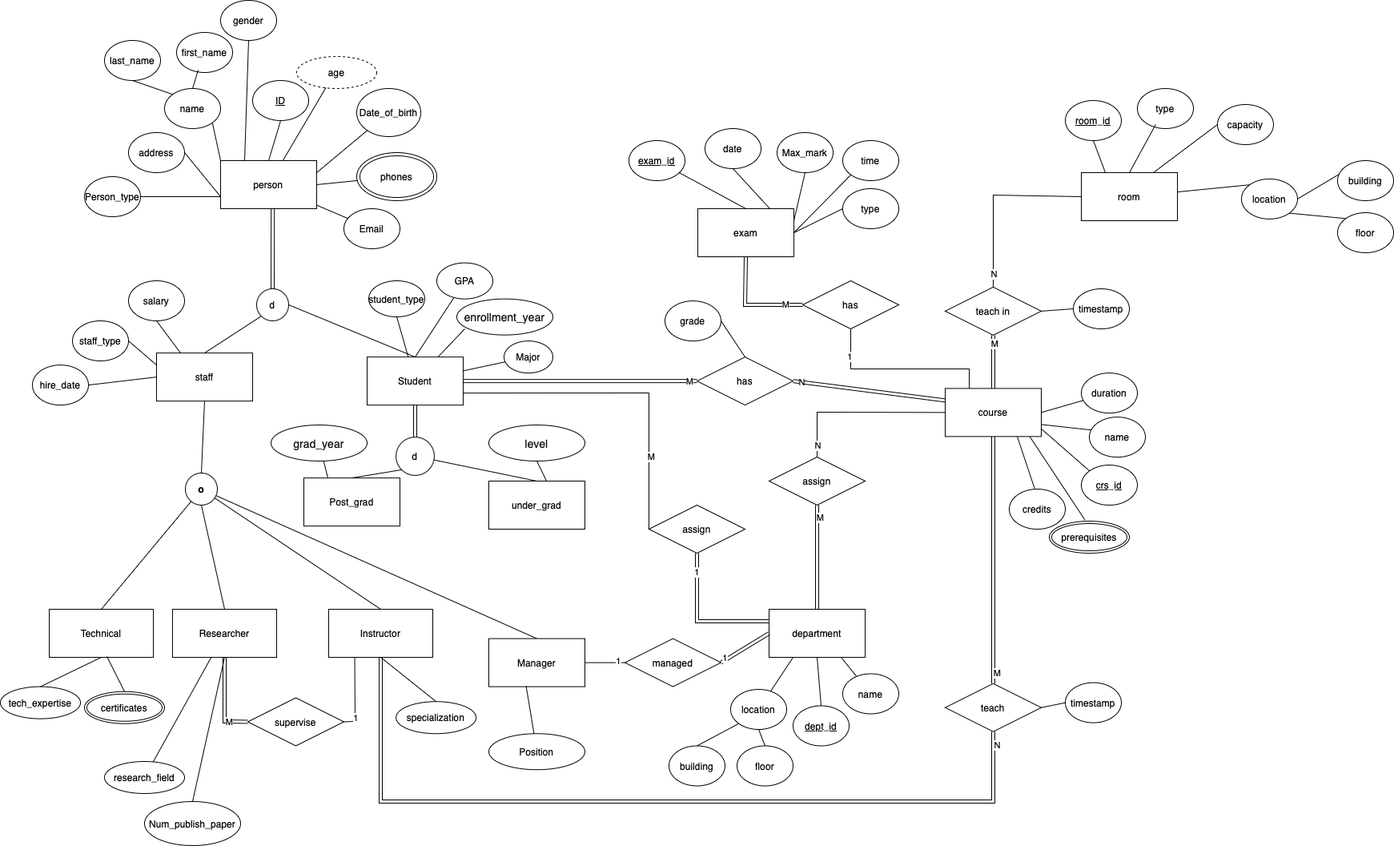
Above: photos/CollageERD.drawio.png in MuhamedHekal/Data-Management-System-for-a-University-Case-Study (draw.io), before the change. Source tidied: cells renumbered, new cells last; positions are measured from the earlier drawing's top-left corner, leaving out a move shared by most shapes.
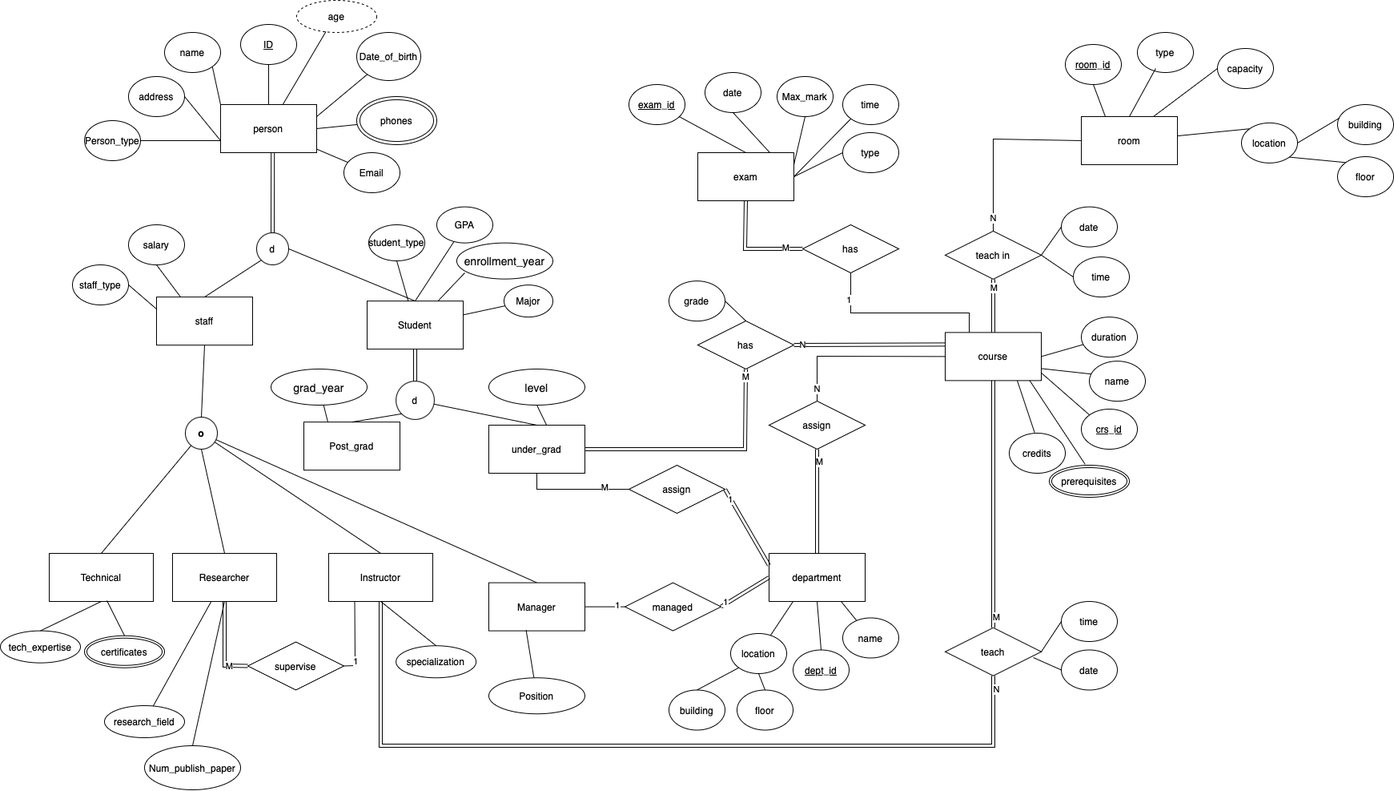
After the commit.

What changed in the source:
```diff
@@ -6,7 +6,7 @@
       <mxGeometry x="275" y="200" width="120" height="60" as="geometry" />
     </mxCell>
     <mxCell id="3" value="&lt;u&gt;ID&lt;/u&gt;" style="ellipse;whiteSpace=wrap;html=1;" parent="1" vertex="1">
-      <mxGeometry x="315" y="100" width="70" height="50" as="geometry" />
+      <mxGeometry x="300" y="100" width="70" height="50" as="geometry" />
     </mxCell>
     <mxCell id="4" style="endArrow=none;html=1;rounded=0;entryX=0.5;entryY=1;entryDx=0;entryDy=0;exitX=0.5;exitY=0;exitDx=0;exitDy=0;" parent="1" edge="1" source="2" target="3">
       <mxGeometry relative="1" as="geometry" />
@@ -315,7 +315,7 @@
       <mxGeometry relative="1" as="geometry" />
     </mxCell>
     <mxCell id="106" value="has" style="shape=rhombus;perimeter=rhombusPerimeter;whiteSpace=wrap;html=1;align=center;" parent="1" vertex="1">
-      <mxGeometry x="870" y="445.1" width="120" height="60" as="geometry" />
+      <mxGeometry x="871" y="470" width="120" height="60" as="geometry" />
     </mxCell>
     <mxCell id="107" value="has" style="shape=rhombus;perimeter=rhombusPerimeter;whiteSpace=wrap;html=1;align=center;" parent="1" vertex="1">
       <mxGeometry x="1002" y="350" width="120" height="60" as="geometry" />
@@ -330,7 +330,7 @@
       <mxGeometry x="1180" y="852.8" width="120" height="60" as="geometry" />
     </mxCell>
     <mxCell id="111" value="assign" style="shape=rhombus;perimeter=rhombusPerimeter;whiteSpace=wrap;html=1;align=center;" parent="1" vertex="1">
-      <mxGeometry x="810" y="630" width="120" height="60" as="geometry" />
+      <mxGeometry x="785" y="650" width="120" height="60" as="geometry" />
     </mxCell>
     <mxCell id="112" value="managed" style="shape=rhombus;perimeter=rhombusPerimeter;whiteSpace=wrap;html=1;align=center;" parent="1" vertex="1">
       <mxGeometry x="780" y="796.6" width="120" height="60" as="geometry" />
@@ -349,20 +349,16 @@
         <mxPoint x="-10" y="4" as="offset" />
       </mxGeometry>
     </mxCell>
-    <mxCell id="117" style="endArrow=none;html=1;rounded=0;exitX=0.5;exitY=1;exitDx=0;exitDy=0;entryX=0;entryY=0.25;entryDx=0;entryDy=0;shape=link;" parent="1" edge="1" source="111" target="64">
-      <mxGeometry relative="1" as="geometry">
-        <Array as="points">
-          <mxPoint x="870" y="775" />
-        </Array>
-      </mxGeometry>
+    <mxCell id="117" style="endArrow=none;html=1;rounded=0;exitX=1;exitY=0.5;exitDx=0;exitDy=0;entryX=0;entryY=0.25;entryDx=0;entryDy=0;shape=link;" parent="1" edge="1" source="111" target="64">
+      <mxGeometry relative="1" as="geometry" />
     </mxCell>
     <mxCell id="118" value="1" style="edgeLabel;html=1;align=center;verticalAlign=middle;" parent="117" vertex="1">
       <mxGeometry x="-0.74" y="-1" relative="1" as="geometry" />
     </mxCell>
-    <mxCell id="119" style="endArrow=none;html=1;rounded=0;entryX=0;entryY=0.5;entryDx=0;entryDy=0;exitX=1;exitY=0.75;exitDx=0;exitDy=0;" parent="1" edge="1" source="46" target="111">
+    <mxCell id="119" style="endArrow=none;html=1;rounded=0;entryX=0;entryY=0.5;entryDx=0;entryDy=0;exitX=0.5;exitY=1;exitDx=0;exitDy=0;" parent="1" edge="1" source="57" target="111">
       <mxGeometry relative="1" as="geometry">
         <Array as="points">
-          <mxPoint x="810" y="490" />
+          <mxPoint x="670" y="680" />
         </Array>
       </mxGeometry>
     </mxCell>
@@ -447,8 +443,12 @@
     <mxCell id="138" value="N" style="edgeLabel;html=1;align=center;verticalAlign=middle;" parent="137" vertex="1">
       <mxGeometry x="-0.89" relative="1" as="geometry" />
     </mxCell>
-    <mxCell id="139" style="endArrow=none;html=1;rounded=0;entryX=0;entryY=0.5;entryDx=0;entryDy=0;exitX=1;exitY=0.5;exitDx=0;exitDy=0;shape=link;" parent="1" edge="1" source="46" target="106">
-      <mxGeometry relative="1" as="geometry" />
+    <mxCell id="139" style="endArrow=none;html=1;rounded=0;entryX=0.5;entryY=1;entryDx=0;entryDy=0;exitX=1;exitY=0.5;exitDx=0;exitDy=0;shape=link;" parent="1" edge="1" source="57" target="106">
+      <mxGeometry relative="1" as="geometry">
+        <Array as="points">
+          <mxPoint x="930" y="630" />
+        </Array>
+      </mxGeometry>
     </mxCell>
     <mxCell id="140" value="M" style="edgeLabel;html=1;align=center;verticalAlign=middle;" parent="139" vertex="1">
       <mxGeometry x="0.93" relative="1" as="geometry" />
@@ -472,7 +472,7 @@
       <mxGeometry relative="1" as="geometry" />
     </mxCell>
     <mxCell id="147" value="grade" style="ellipse;whiteSpace=wrap;html=1;" parent="1" vertex="1">
-      <mxGeometry x="830" y="375.1" width="70" height="50" as="geometry" />
+      <mxGeometry x="835" y="420.1" width="70" height="50" as="geometry" />
     </mxCell>
     <mxCell id="148" style="endArrow=none;html=1;rounded=0;exitX=1;exitY=0.5;exitDx=0;exitDy=0;entryX=0.5;entryY=0;entryDx=0;entryDy=0;" parent="1" edge="1" source="147" target="106">
       <mxGeometry relative="1" as="geometry" />
@@ -512,41 +512,29 @@
     <mxCell id="157" style="endArrow=none;html=1;rounded=0;exitX=0.5;exitY=1;exitDx=0;exitDy=0;entryX=0.5;entryY=0;entryDx=0;entryDy=0;" parent="1" edge="1" source="67" target="155">
       <mxGeometry relative="1" as="geometry" />
     </mxCell>
+    <mxCell id="170" value="date" style="ellipse;whiteSpace=wrap;html=1;" parent="1" vertex="1">
+      <mxGeometry x="1325" y="327.6" width="70" height="50" as="geometry" />
+    </mxCell>
+    <mxCell id="171" style="endArrow=none;html=1;rounded=0;entryX=1;entryY=0.5;entryDx=0;entryDy=0;exitX=0;exitY=0.5;exitDx=0;exitDy=0;" parent="1" edge="1" source="170" target="108">
+      <mxGeometry relative="1" as="geometry" />
+    </mxCell>
+    <mxCell id="172" value="date" style="ellipse;whiteSpace=wrap;html=1;" parent="1" vertex="1">
+      <mxGeometry x="1325" y="880.5" width="70" height="50" as="geometry" />
+    </mxCell>
+    <mxCell id="173" style="endArrow=none;html=1;rounded=0;entryX=0.917;entryY=0.621;entryDx=0;entryDy=0;exitX=0;exitY=0.5;exitDx=0;exitDy=0;entryPerimeter=0;" parent="1" edge="1" source="172" target="110">
+      <mxGeometry relative="1" as="geometry" />
+    </mxCell>
     <mxCell id="158" style="endArrow=none;html=1;rounded=0;entryX=1;entryY=0.5;entryDx=0;entryDy=0;exitX=0;exitY=0.5;exitDx=0;exitDy=0;" parent="1" edge="1" source="159" target="108">
       <mxGeometry relative="1" as="geometry" />
     </mxCell>
-    <mxCell id="159" value="timestamp" style="ellipse;whiteSpace=wrap;html=1;" parent="1" vertex="1">
-      <mxGeometry x="1340" y="360" width="70" height="50" as="geometry" />
+    <mxCell id="159" value="time" style="ellipse;whiteSpace=wrap;html=1;" parent="1" vertex="1">
+      <mxGeometry x="1340" y="390.1" width="70" height="50" as="geometry" />
     </mxCell>
-    <mxCell id="160" value="timestamp" style="ellipse;whiteSpace=wrap;html=1;" parent="1" vertex="1">
-      <mxGeometry x="1330" y="851.6" width="70" height="50" as="geometry" />
+    <mxCell id="160" value="time" style="ellipse;whiteSpace=wrap;html=1;" parent="1" vertex="1">
+      <mxGeometry x="1325" y="820" width="70" height="50" as="geometry" />
     </mxCell>
     <mxCell id="161" style="endArrow=none;html=1;rounded=0;entryX=1;entryY=0.5;entryDx=0;entryDy=0;exitX=0;exitY=0.5;exitDx=0;exitDy=0;" parent="1" edge="1" source="160" target="110">
       <mxGeometry relative="1" as="geometry" />
     </mxCell>
-    <mxCell id="162" value="hire_date" style="ellipse;whiteSpace=wrap;html=1;" parent="1" vertex="1">
-      <mxGeometry x="40" y="455.1" width="70" height="50" as="geometry" />
-    </mxCell>
-    <mxCell id="163" style="endArrow=none;html=1;rounded=0;exitX=1;exitY=0.5;exitDx=0;exitDy=0;entryX=0;entryY=0.5;entryDx=0;entryDy=0;" parent="1" edge="1" source="162" target="21">
-      <mxGeometry relative="1" as="geometry" />
-    </mxCell>
-    <mxCell id="164" value="first_name" style="ellipse;whiteSpace=wrap;html=1;" parent="1" vertex="1">
-      <mxGeometry x="220" y="40" width="70" height="50" as="geometry" />
-    </mxCell>
-    <mxCell id="165" value="last_name" style="ellipse;whiteSpace=wrap;html=1;" parent="1" vertex="1">
-      <mxGeometry x="130" y="50" width="70" height="50" as="geometry" />
-    </mxCell>
-    <mxCell id="166" style="endArrow=none;html=1;rounded=0;exitX=0.386;exitY=0.94;exitDx=0;exitDy=0;entryX=0.5;entryY=0;entryDx=0;entryDy=0;exitPerimeter=0;" parent="1" edge="1" source="164" target="5">
-      <mxGeometry relative="1" as="geometry" />
-    </mxCell>
-    <mxCell id="167" style="endArrow=none;html=1;rounded=0;exitX=0.5;exitY=1;exitDx=0;exitDy=0;entryX=0;entryY=0;entryDx=0;entryDy=0;" parent="1" edge="1" source="165" target="5">
-      <mxGeometry relative="1" as="geometry" />
-    </mxCell>
-    <mxCell id="168" value="gender" style="ellipse;whiteSpace=wrap;html=1;" parent="1" vertex="1">
-      <mxGeometry x="275" width="70" height="50" as="geometry" />
-    </mxCell>
-    <mxCell id="169" style="endArrow=none;html=1;rounded=0;exitX=0.5;exitY=1;exitDx=0;exitDy=0;entryX=0.25;entryY=0;entryDx=0;entryDy=0;" parent="1" edge="1" source="168" target="2">
-      <mxGeometry relative="1" as="geometry" />
-    </mxCell>
   </root>
 </mxGraphModel>
```
